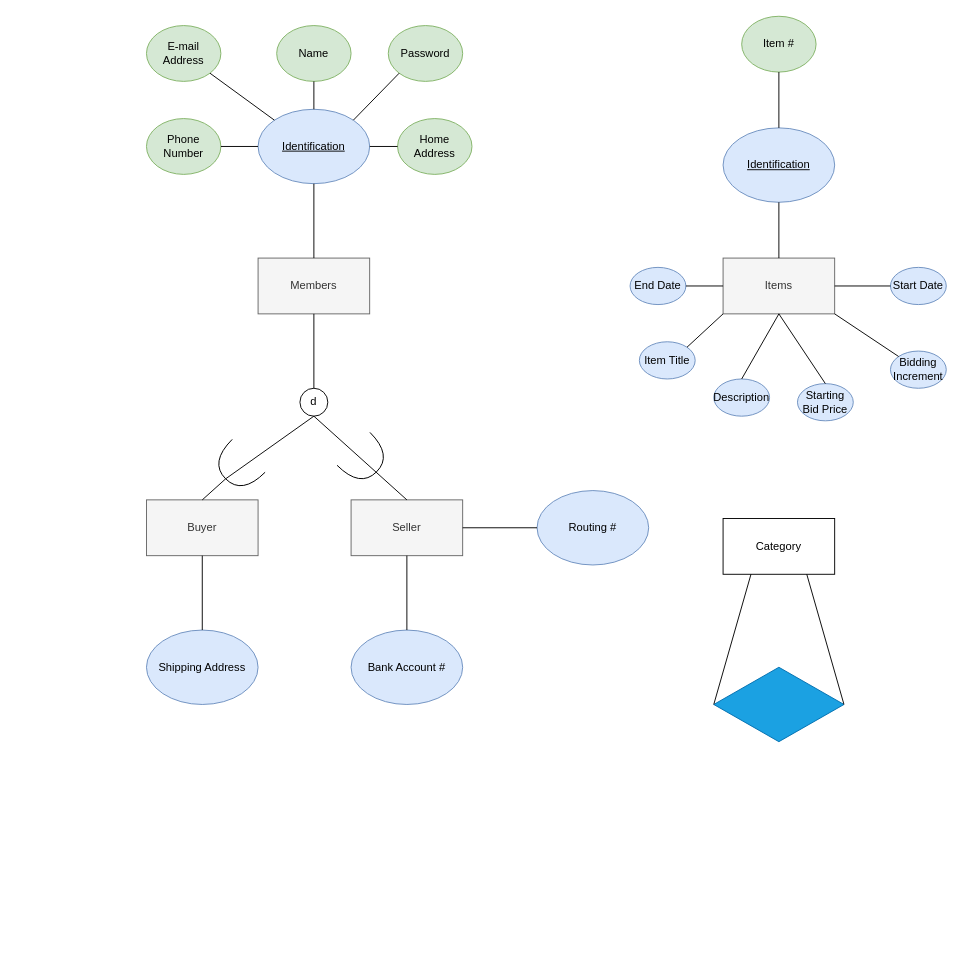
Above: EER Modelling.drawio in William-BC-CA/CPSC2221_EER_Modelling_Diagram (draw.io), before the change. Source tidied: cells renumbered, new cells numbered last; positions are measured from the earlier drawing's top-left corner, leaving out a move shared by most shapes. Both pictures are drawn from the tidied source at 93%, with x=0, y=0 at pixel (146, 16).
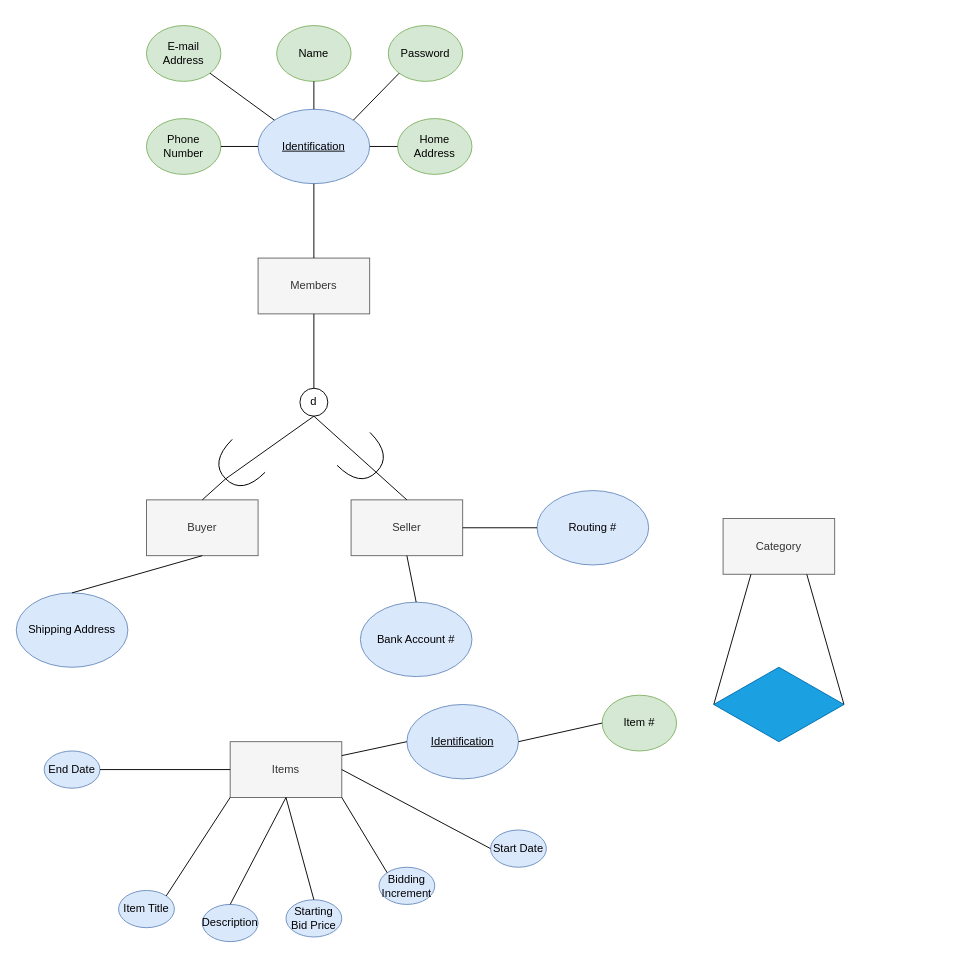
The same diagram, later.

The edit, as a diff of the source:
```diff
@@
     <mxCell id="24" value="Shipping Address" style="ellipse;whiteSpace=wrap;html=1;fillColor=#dae8fc;strokeColor=#6c8ebf;" parent="1" vertex="1">
-      <mxGeometry y="660" width="120" height="80" as="geometry" />
+      <mxGeometry x="-140" y="620" width="120" height="80" as="geometry" />
     </mxCell>
     <mxCell id="25" value="Bank Account #" style="ellipse;whiteSpace=wrap;html=1;fillColor=#dae8fc;strokeColor=#6c8ebf;" parent="1" vertex="1">
-      <mxGeometry x="220" y="660" width="120" height="80" as="geometry" />
+      <mxGeometry x="230" y="630" width="120" height="80" as="geometry" />
     </mxCell>
@@
     <mxCell id="30" value="Items" style="rounded=0;whiteSpace=wrap;html=1;fillColor=#f5f5f5;fontColor=#333333;strokeColor=#666666;" parent="1" vertex="1">
-      <mxGeometry x="620" y="260" width="120" height="60" as="geometry" />
+      <mxGeometry x="90" y="780" width="120" height="60" as="geometry" />
     </mxCell>
     <mxCell id="31" value="&lt;u&gt;Identification&lt;/u&gt;" style="ellipse;whiteSpace=wrap;html=1;fillColor=#dae8fc;strokeColor=#6c8ebf;" parent="1" vertex="1">
-      <mxGeometry x="620" y="120" width="120" height="80" as="geometry" />
+      <mxGeometry x="280" y="740" width="120" height="80" as="geometry" />
     </mxCell>
     <mxCell id="32" value="Item #" style="ellipse;whiteSpace=wrap;html=1;fillColor=#d5e8d4;strokeColor=#82b366;" parent="1" vertex="1">
-      <mxGeometry x="640" width="80" height="60" as="geometry" />
+      <mxGeometry x="490" y="730" width="80" height="60" as="geometry" />
     </mxCell>
     <mxCell id="33" value="Item Title" style="ellipse;whiteSpace=wrap;html=1;fillColor=#dae8fc;strokeColor=#6c8ebf;" parent="1" vertex="1">
-      <mxGeometry x="530" y="350" width="60" height="40" as="geometry" />
+      <mxGeometry x="-30" y="940" width="60" height="40" as="geometry" />
     </mxCell>
     <mxCell id="34" value="Description" style="ellipse;whiteSpace=wrap;html=1;fillColor=#dae8fc;strokeColor=#6c8ebf;" parent="1" vertex="1">
-      <mxGeometry x="610" y="390" width="60" height="40" as="geometry" />
+      <mxGeometry x="60" y="955" width="60" height="40" as="geometry" />
     </mxCell>
     <mxCell id="35" value="Starting Bid Price" style="ellipse;whiteSpace=wrap;html=1;fillColor=#dae8fc;strokeColor=#6c8ebf;" parent="1" vertex="1">
-      <mxGeometry x="700" y="395" width="60" height="40" as="geometry" />
+      <mxGeometry x="150" y="950" width="60" height="40" as="geometry" />
     </mxCell>
     <mxCell id="36" value="Bidding Increment" style="ellipse;whiteSpace=wrap;html=1;fillColor=#dae8fc;strokeColor=#6c8ebf;" parent="1" vertex="1">
-      <mxGeometry x="800" y="360" width="60" height="40" as="geometry" />
+      <mxGeometry x="250" y="915" width="60" height="40" as="geometry" />
     </mxCell>
     <mxCell id="37" value="Start Date" style="ellipse;whiteSpace=wrap;html=1;fillColor=#dae8fc;strokeColor=#6c8ebf;" parent="1" vertex="1">
-      <mxGeometry x="800" y="270" width="60" height="40" as="geometry" />
+      <mxGeometry x="370" y="875" width="60" height="40" as="geometry" />
     </mxCell>
     <mxCell id="38" value="End Date" style="ellipse;whiteSpace=wrap;html=1;fillColor=#dae8fc;strokeColor=#6c8ebf;" parent="1" vertex="1">
-      <mxGeometry x="520" y="270" width="60" height="40" as="geometry" />
+      <mxGeometry x="-110" y="790" width="60" height="40" as="geometry" />
     </mxCell>
-    <mxCell id="39" style="endArrow=none;html=1;rounded=0;exitX=0.5;exitY=0;exitDx=0;exitDy=0;entryX=0.5;entryY=1;entryDx=0;entryDy=0;" parent="1" edge="1" source="30" target="31">
+    <mxCell id="39" style="endArrow=none;html=1;rounded=0;exitX=1;exitY=0.25;exitDx=0;exitDy=0;entryX=0;entryY=0.5;entryDx=0;entryDy=0;" parent="1" edge="1" source="30" target="31">
       <mxGeometry relative="1" as="geometry" />
     </mxCell>
-    <mxCell id="40" style="endArrow=none;html=1;rounded=0;exitX=0.5;exitY=0;exitDx=0;exitDy=0;entryX=0.5;entryY=1;entryDx=0;entryDy=0;" parent="1" edge="1" source="31" target="32">
+    <mxCell id="40" style="endArrow=none;html=1;rounded=0;exitX=1;exitY=0.5;exitDx=0;exitDy=0;entryX=0;entryY=0.5;entryDx=0;entryDy=0;" parent="1" edge="1" source="31" target="32">
       <mxGeometry relative="1" as="geometry" />
     </mxCell>
@@
-    <mxCell id="47" value="Category" style="rounded=0;whiteSpace=wrap;html=1;" parent="1" vertex="1">
+    <mxCell id="47" value="Category" style="rounded=0;whiteSpace=wrap;html=1;fillColor=#f5f5f5;fontColor=#333333;strokeColor=#666666;" parent="1" vertex="1">
       <mxGeometry x="620" y="540" width="120" height="60" as="geometry" />
     </mxCell>
```
